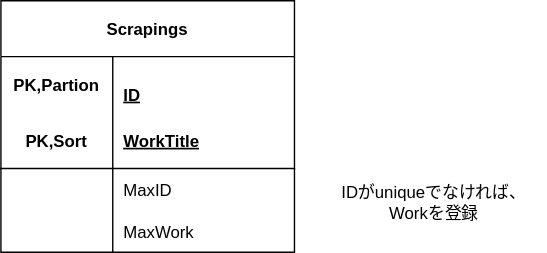
Before: dynamodb.drawio.svg, a diagram exported from draw.io (MovingPointP/lambda_scraping_webhook). Source tidied: cells renumbered, new cells last; positions are measured from the earlier drawing's top-left corner, leaving out a move shared by most shapes.
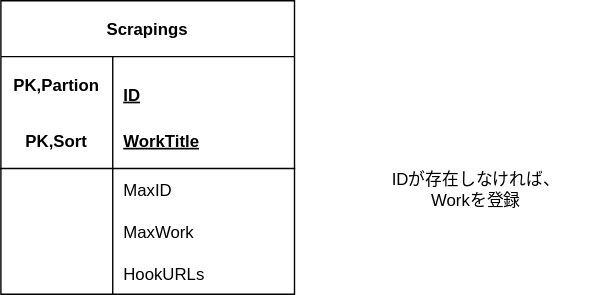
Above is the later version.

The edit, as a diff of the source:
```diff
@@ -3,7 +3,7 @@
     <mxCell id="0" />
     <mxCell id="1" parent="0" />
     <mxCell id="2" value="Scrapings" style="shape=table;startSize=40;rowLines=0;fontStyle=1;align=center;" parent="1" vertex="1">
-      <mxGeometry width="210" height="180" as="geometry" />
+      <mxGeometry x="-100" width="210" height="210" as="geometry" />
     </mxCell>
     <mxCell id="3" style="shape=tableRow;horizontal=0;startSize=0;swimlaneHead=0;swimlaneBody=0;fillColor=none;top=0;left=0;right=0;bottom=0;" parent="2" vertex="1">
       <mxGeometry y="40" width="210" height="40" as="geometry" />
@@ -41,8 +41,17 @@
     <mxCell id="14" value="MaxWork" style="shape=partialRectangle;fillColor=none;top=0;left=0;bottom=0;right=0;align=left;spacingLeft=6;overflow=hidden;" parent="12" vertex="1">
       <mxGeometry x="80" width="130" height="30" as="geometry" />
     </mxCell>
+    <mxCell id="16" style="shape=tableRow;horizontal=0;startSize=0;swimlaneHead=0;swimlaneBody=0;fillColor=none;top=0;left=0;right=0;bottom=0;" parent="2" vertex="1">
+      <mxGeometry y="180" width="210" height="30" as="geometry" />
+    </mxCell>
+    <mxCell id="17" style="shape=partialRectangle;fillColor=none;top=0;left=0;bottom=0;right=0;overflow=hidden;" parent="16" vertex="1">
+      <mxGeometry width="80" height="30" as="geometry" />
+    </mxCell>
+    <mxCell id="18" value="HookURLs" style="shape=partialRectangle;fillColor=none;top=0;left=0;bottom=0;right=0;align=left;spacingLeft=6;overflow=hidden;" parent="16" vertex="1">
+      <mxGeometry x="80" width="130" height="30" as="geometry" />
+    </mxCell>
-    <mxCell id="15" value="IDがuniqueでなければ、Workを登録" style="text;html=1;strokeColor=none;fillColor=none;align=center;verticalAlign=middle;whiteSpace=wrap;rounded=0;" parent="1" vertex="1">
-      <mxGeometry x="230" y="130" width="160" height="30" as="geometry" />
+    <mxCell id="15" value="IDが存在しなければ、&lt;br&gt;Workを登録" style="text;html=1;strokeColor=none;fillColor=none;align=center;verticalAlign=middle;whiteSpace=wrap;rounded=0;" parent="1" vertex="1">
+      <mxGeometry x="160" y="120" width="160" height="30" as="geometry" />
     </mxCell>
   </root>
 </mxGraphModel>
```
